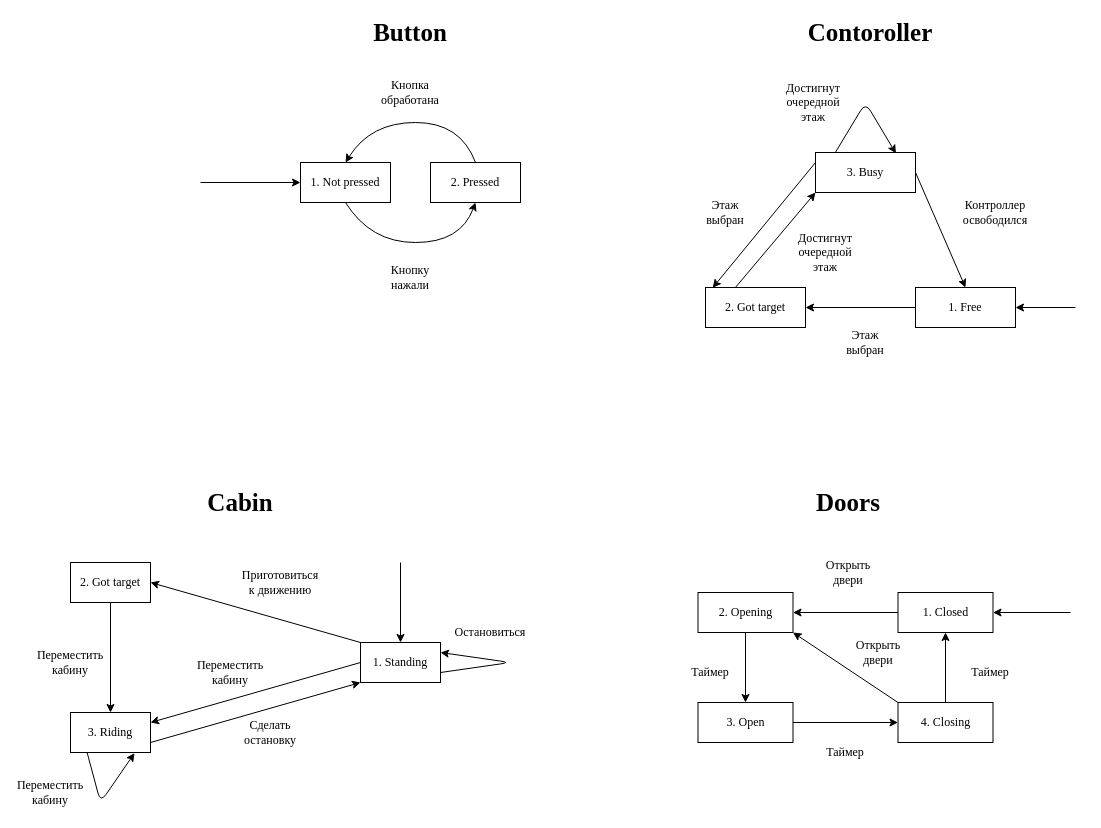
Before: lab_04/docs/lab_04.drawio in marchenko-vs/ics7-oop, a draw.io diagram. Source tidied: cells renumbered, new cells numbered last; positions are measured from the earlier drawing's top-left corner, leaving out a move shared by most shapes. Both pictures are drawn from the tidied source at 100%, with x=0, y=0 at pixel (30, 22).
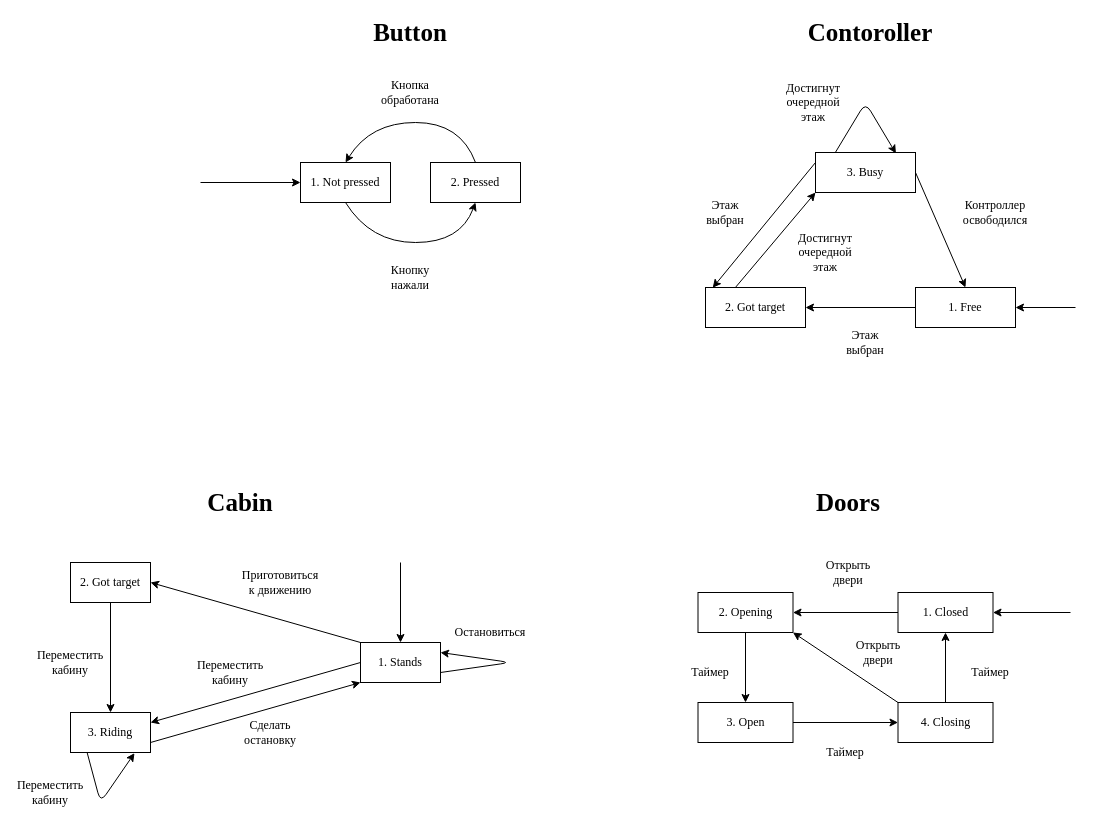
The same page after the edit.

Change to the diagram source:
```diff
@@
-    <mxCell id="18" value="1. Standing" style="rounded=0;whiteSpace=wrap;html=1;fontFamily=Times New Roman;" parent="1" vertex="1">
+    <mxCell id="18" value="1. Stands" style="rounded=0;whiteSpace=wrap;html=1;fontFamily=Times New Roman;" parent="1" vertex="1">
       <mxGeometry x="330" y="620" width="80" height="40" as="geometry" />
     </mxCell>
```
